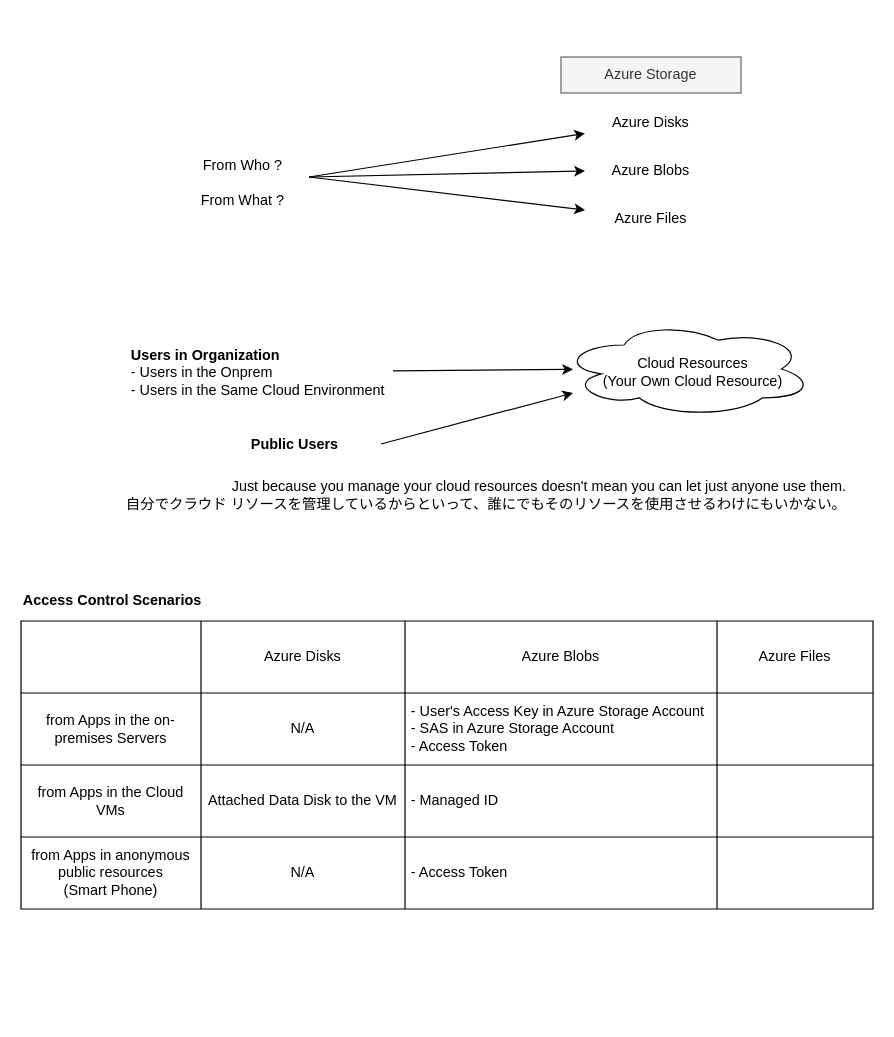
This is Azure/AccessFrom.drawio from developer-onizuka/Diagrams, a draw.io file, before an edit. Source tidied: cells renumbered, new cells numbered last; positions are measured from the earlier drawing's top-left corner, leaving out a move shared by most shapes. Both pictures are drawn from the tidied source at 120%, with x=0, y=0 at pixel (20, 56).
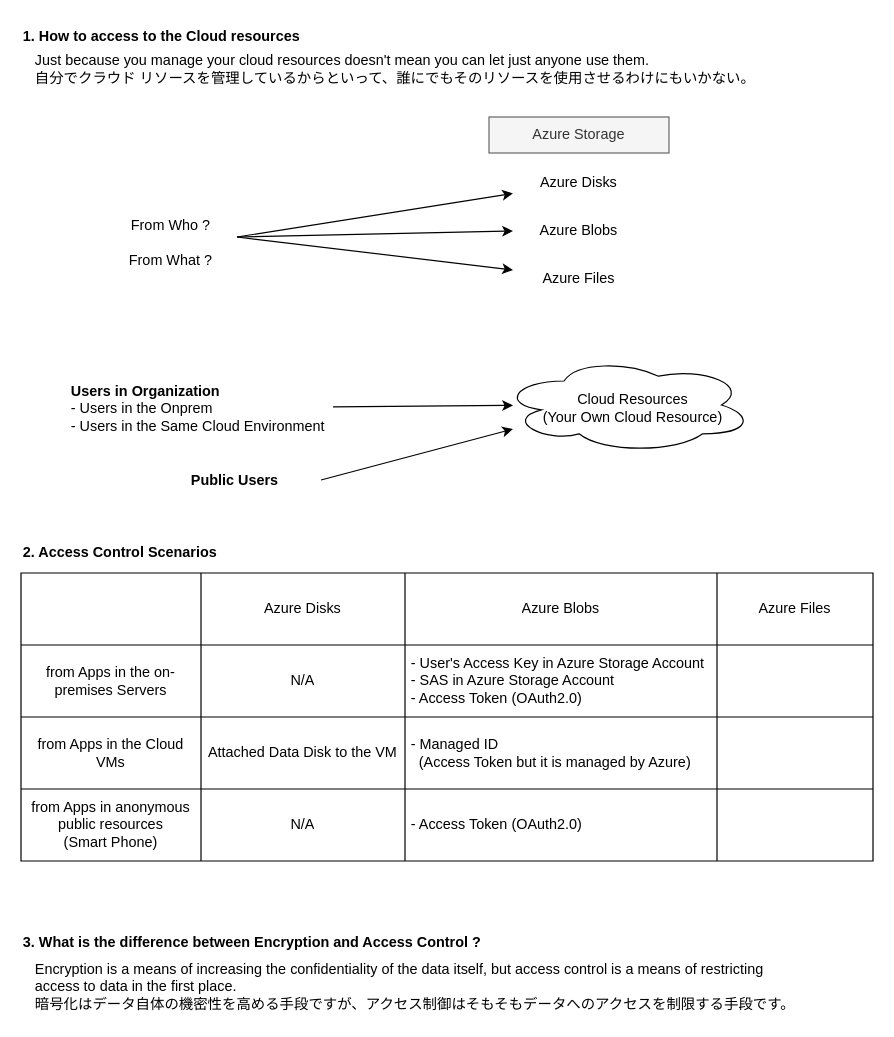
The same page after the edit.

The change refers to these unchanged cells:
```xml
<mxCell id="22" style="shape=tableRow;horizontal=0;startSize=0;swimlaneHead=0;swimlaneBody=0;strokeColor=inherit;top=0;left=0;bottom=0;right=0;fillColor=none;" parent="16" vertex="1">
  <mxGeometry y="60" width="710" height="60" as="geometry" />
</mxCell>
<mxCell id="27" style="shape=tableRow;horizontal=0;startSize=0;swimlaneHead=0;swimlaneBody=0;strokeColor=inherit;top=0;left=0;bottom=0;right=0;fillColor=none;" parent="16" vertex="1">
  <mxGeometry y="120" width="710" height="60" as="geometry" />
</mxCell>
<mxCell id="32" style="shape=tableRow;horizontal=0;startSize=0;swimlaneHead=0;swimlaneBody=0;strokeColor=inherit;top=0;left=0;bottom=0;right=0;fillColor=none;" parent="16" vertex="1">
  <mxGeometry y="180" width="710" height="60" as="geometry" />
</mxCell>
```

The edit, as a diff of the source:
```diff
@@
     <mxCell id="2" value="Azure Disks" style="text;html=1;strokeColor=none;fillColor=none;align=center;verticalAlign=middle;whiteSpace=wrap;rounded=0;" parent="1" vertex="1">
-      <mxGeometry x="470" y="40" width="110" height="30" as="geometry" />
+      <mxGeometry x="410" y="90" width="110" height="30" as="geometry" />
     </mxCell>
     <mxCell id="3" value="Azure Blobs" style="text;html=1;strokeColor=none;fillColor=none;align=center;verticalAlign=middle;whiteSpace=wrap;rounded=0;" parent="1" vertex="1">
-      <mxGeometry x="470" y="80" width="110" height="30" as="geometry" />
+      <mxGeometry x="410" y="130" width="110" height="30" as="geometry" />
     </mxCell>
     <mxCell id="4" value="Azure Files" style="text;html=1;strokeColor=none;fillColor=none;align=center;verticalAlign=middle;whiteSpace=wrap;rounded=0;" parent="1" vertex="1">
-      <mxGeometry x="470" y="120" width="110" height="30" as="geometry" />
+      <mxGeometry x="410" y="170" width="110" height="30" as="geometry" />
     </mxCell>
     <mxCell id="5" style="endArrow=classic;html=1;rounded=0;" parent="1" edge="1" target="2">
       <mxGeometry relative="1" as="geometry">
-        <mxPoint x="240" y="100" as="sourcePoint" />
+        <mxPoint x="180" y="150" as="sourcePoint" />
       </mxGeometry>
     </mxCell>
     <mxCell id="6" style="endArrow=classic;html=1;rounded=0;entryX=0;entryY=0.5;entryDx=0;entryDy=0;" parent="1" edge="1" target="3">
       <mxGeometry relative="1" as="geometry">
-        <mxPoint x="240" y="100" as="sourcePoint" />
+        <mxPoint x="180" y="150" as="sourcePoint" />
       </mxGeometry>
     </mxCell>
     <mxCell id="7" style="endArrow=classic;html=1;rounded=0;entryX=0;entryY=0.25;entryDx=0;entryDy=0;" parent="1" edge="1" target="4">
       <mxGeometry relative="1" as="geometry">
-        <mxPoint x="240" y="100" as="sourcePoint" />
+        <mxPoint x="180" y="150" as="sourcePoint" />
       </mxGeometry>
     </mxCell>
     <mxCell id="8" value="Azure Storage" style="text;html=1;strokeColor=#666666;fillColor=#f5f5f5;align=center;verticalAlign=middle;whiteSpace=wrap;rounded=0;fontColor=#333333;" parent="1" vertex="1">
-      <mxGeometry x="450" width="150" height="30" as="geometry" />
+      <mxGeometry x="390" y="50" width="150" height="30" as="geometry" />
     </mxCell>
     <mxCell id="9" value="From Who ?&lt;br&gt;&lt;br&gt;From What ?" style="text;html=1;strokeColor=none;fillColor=none;align=center;verticalAlign=middle;whiteSpace=wrap;rounded=0;" parent="1" vertex="1">
-      <mxGeometry x="130" y="80" width="110" height="50" as="geometry" />
+      <mxGeometry x="70" y="130" width="110" height="50" as="geometry" />
     </mxCell>
     <mxCell id="10" style="ellipse;shape=cloud;whiteSpace=wrap;html=1;" parent="1" vertex="1">
-      <mxGeometry x="450" y="220" width="210" height="80" as="geometry" />
+      <mxGeometry x="400" y="250" width="210" height="80" as="geometry" />
     </mxCell>
     <mxCell id="11" value="Cloud Resources&lt;br&gt;(Your Own Cloud Resource)" style="text;html=1;strokeColor=none;fillColor=none;align=center;verticalAlign=middle;whiteSpace=wrap;rounded=0;" parent="1" vertex="1">
-      <mxGeometry x="480" y="247.5" width="160" height="30" as="geometry" />
+      <mxGeometry x="430" y="277.5" width="160" height="30" as="geometry" />
     </mxCell>
     <mxCell id="12" style="endArrow=classic;html=1;rounded=0;" parent="1" edge="1" source="15">
       <mxGeometry relative="1" as="geometry">
-        <mxPoint x="460" y="260.3" as="targetPoint" />
+        <mxPoint x="410" y="290.3" as="targetPoint" />
       </mxGeometry>
     </mxCell>
     <mxCell id="13" style="endArrow=classic;html=1;rounded=0;exitX=1;exitY=0.5;exitDx=0;exitDy=0;" parent="1" edge="1" source="14">
       <mxGeometry relative="1" as="geometry">
-        <mxPoint x="460" y="280" as="targetPoint" />
+        <mxPoint x="410" y="310" as="targetPoint" />
       </mxGeometry>
     </mxCell>
     <mxCell id="14" value="&lt;b&gt;Public Users&lt;/b&gt;" style="text;html=1;strokeColor=none;fillColor=none;align=left;verticalAlign=middle;whiteSpace=wrap;rounded=0;" parent="1" vertex="1">
-      <mxGeometry x="190" y="310" width="110" height="25" as="geometry" />
+      <mxGeometry x="140" y="340" width="110" height="25" as="geometry" />
     </mxCell>
     <mxCell id="15" value="&lt;b&gt;Users in Organization&lt;br&gt;&lt;/b&gt;- Users in the Onprem&lt;br&gt;- Users in the Same Cloud Environment" style="text;html=1;strokeColor=none;fillColor=none;align=left;verticalAlign=middle;whiteSpace=wrap;rounded=0;" parent="1" vertex="1">
-      <mxGeometry x="90" y="227.5" width="220" height="70" as="geometry" />
+      <mxGeometry x="40" y="257.5" width="220" height="70" as="geometry" />
     </mxCell>
     <mxCell id="16" style="shape=table;startSize=0;childLayout=tableLayout;" parent="1" vertex="1">
-      <mxGeometry y="470" width="710" height="240" as="geometry" />
+      <mxGeometry y="430" width="710" height="240" as="geometry" />
     </mxCell>
@@
-    <mxCell id="25" value="&amp;nbsp;- User's Access Key in Azure Storage Account&lt;br&gt;&amp;nbsp;-&amp;nbsp;SAS in Azure Storage Account&lt;br&gt;&amp;nbsp;- Access Token" style="shape=partialRectangle;html=1;whiteSpace=wrap;strokeColor=inherit;overflow=hidden;fillColor=none;top=0;left=0;bottom=0;right=0;align=left;" parent="22" vertex="1">
+    <mxCell id="25" value="&amp;nbsp;- User's Access Key in Azure Storage Account&lt;br&gt;&amp;nbsp;-&amp;nbsp;SAS in Azure Storage Account&lt;br&gt;&amp;nbsp;- Access Token (OAuth2.0)" style="shape=partialRectangle;html=1;whiteSpace=wrap;strokeColor=inherit;overflow=hidden;fillColor=none;top=0;left=0;bottom=0;right=0;align=left;" parent="22" vertex="1">
       <mxGeometry x="320" width="260" height="60" as="geometry" />
     </mxCell>
@@
-    <mxCell id="30" value="&lt;span style=&quot;&quot;&gt;&amp;nbsp;- Managed ID&lt;br&gt;&lt;/span&gt;" style="shape=partialRectangle;html=1;whiteSpace=wrap;strokeColor=inherit;overflow=hidden;fillColor=none;top=0;left=0;bottom=0;right=0;align=left;" parent="27" vertex="1">
+    <mxCell id="30" value="&lt;span style=&quot;&quot;&gt;&amp;nbsp;- Managed ID&lt;br&gt;&amp;nbsp; &amp;nbsp;(Access Token but it is managed by Azure)&lt;br&gt;&lt;/span&gt;" style="shape=partialRectangle;html=1;whiteSpace=wrap;strokeColor=inherit;overflow=hidden;fillColor=none;top=0;left=0;bottom=0;right=0;align=left;" parent="27" vertex="1">
       <mxGeometry x="320" width="260" height="60" as="geometry" />
     </mxCell>
@@
-    <mxCell id="35" value="&lt;span style=&quot;background-color: initial;&quot;&gt;&amp;nbsp;- Access Token&lt;/span&gt;" style="shape=partialRectangle;html=1;whiteSpace=wrap;strokeColor=inherit;overflow=hidden;fillColor=none;top=0;left=0;bottom=0;right=0;align=left;" parent="32" vertex="1">
+    <mxCell id="35" value="&lt;span style=&quot;background-color: initial;&quot;&gt;&amp;nbsp;- Access Token (OAuth2.0)&lt;/span&gt;" style="shape=partialRectangle;html=1;whiteSpace=wrap;strokeColor=inherit;overflow=hidden;fillColor=none;top=0;left=0;bottom=0;right=0;align=left;" parent="32" vertex="1">
       <mxGeometry x="320" width="260" height="60" as="geometry" />
     </mxCell>
@@
-    <mxCell id="37" value="&lt;b&gt;Access Control&amp;nbsp;Scenarios&lt;/b&gt;" style="text;html=1;strokeColor=none;fillColor=none;align=left;verticalAlign=middle;whiteSpace=wrap;rounded=0;" parent="1" vertex="1">
-      <mxGeometry y="440" width="200" height="25" as="geometry" />
+    <mxCell id="37" value="&lt;b&gt;2. Access Control&amp;nbsp;Scenarios&lt;/b&gt;" style="text;html=1;strokeColor=none;fillColor=none;align=left;verticalAlign=middle;whiteSpace=wrap;rounded=0;" parent="1" vertex="1">
+      <mxGeometry y="400" width="200" height="25" as="geometry" />
     </mxCell>
-    <mxCell id="38" value="Just because you manage your cloud resources doesn't mean you can let just anyone use them.&lt;br&gt;自分でクラウド リソースを管理しているからといって、誰にでもそのリソースを使用させるわけにもいかない。" style="text;html=1;strokeColor=none;fillColor=none;align=right;verticalAlign=middle;whiteSpace=wrap;rounded=0;" parent="1" vertex="1">
-      <mxGeometry x="40" y="350" width="650" height="30" as="geometry" />
+    <mxCell id="38" value="Just because you manage your cloud resources doesn't mean you can let just anyone use them.&lt;br&gt;自分でクラウド リソースを管理しているからといって、誰にでもそのリソースを使用させるわけにもいかない。" style="text;html=1;strokeColor=none;fillColor=none;align=left;verticalAlign=middle;whiteSpace=wrap;rounded=0;" parent="1" vertex="1">
+      <mxGeometry x="10" y="-5" width="650" height="30" as="geometry" />
     </mxCell>
+    <mxCell id="39" value="Encryption is a means of increasing the confidentiality of the data itself, but access control is a means of restricting access to data in the first place.&lt;br&gt;暗号化はデータ自体の機密性を高める手段ですが、アクセス制御はそもそもデータへのアクセスを制限する手段です。" style="text;html=1;strokeColor=none;fillColor=none;align=left;verticalAlign=middle;whiteSpace=wrap;rounded=0;" parent="1" vertex="1">
+      <mxGeometry x="10" y="750" width="640" height="50" as="geometry" />
+    </mxCell>
+    <mxCell id="40" value="&lt;b&gt;3. What is the difference between Encryption and Access Control ?&lt;/b&gt;" style="text;html=1;strokeColor=none;fillColor=none;align=left;verticalAlign=middle;whiteSpace=wrap;rounded=0;" parent="1" vertex="1">
+      <mxGeometry y="725" width="400" height="25" as="geometry" />
+    </mxCell>
+    <mxCell id="41" value="&lt;b&gt;1. How to access to the Cloud resources&lt;/b&gt;" style="text;html=1;strokeColor=none;fillColor=none;align=left;verticalAlign=middle;whiteSpace=wrap;rounded=0;" parent="1" vertex="1">
+      <mxGeometry y="-30" width="320" height="25" as="geometry" />
+    </mxCell>
```
